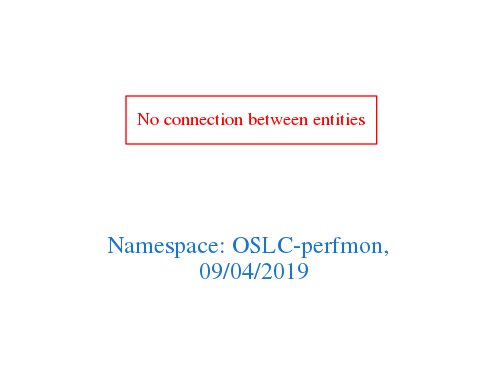
Above: downloads/OSLC-perfmon.png in arago/OGIT (Graphviz), before the change. Its source is kept beside it as downloads/OSLC-perfmon.dot.
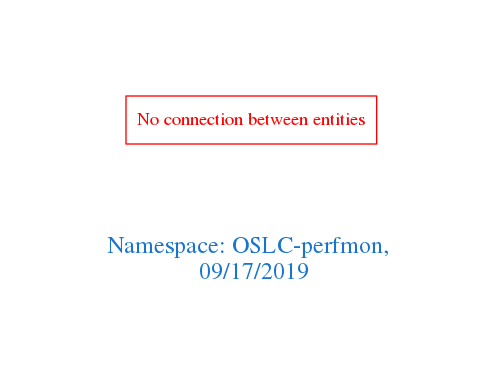
Later version of the same file.

Diff of the diagram source:
```diff
@@ -1,7 +1,7 @@
 digraph OGIT_ontology {
  graph [ rankdir= LR,pad=1
 fontsize = 18,
-fontcolor= dodgerblue3,label = "\n\n\nNamespace: OSLC-perfmon, \n 09/04/2019"];
+fontcolor= dodgerblue3,label = "\n\n\nNamespace: OSLC-perfmon, \n 09/17/2019"];
 node[shape=polygon];
 edge [  color="gray81"];
 
```
